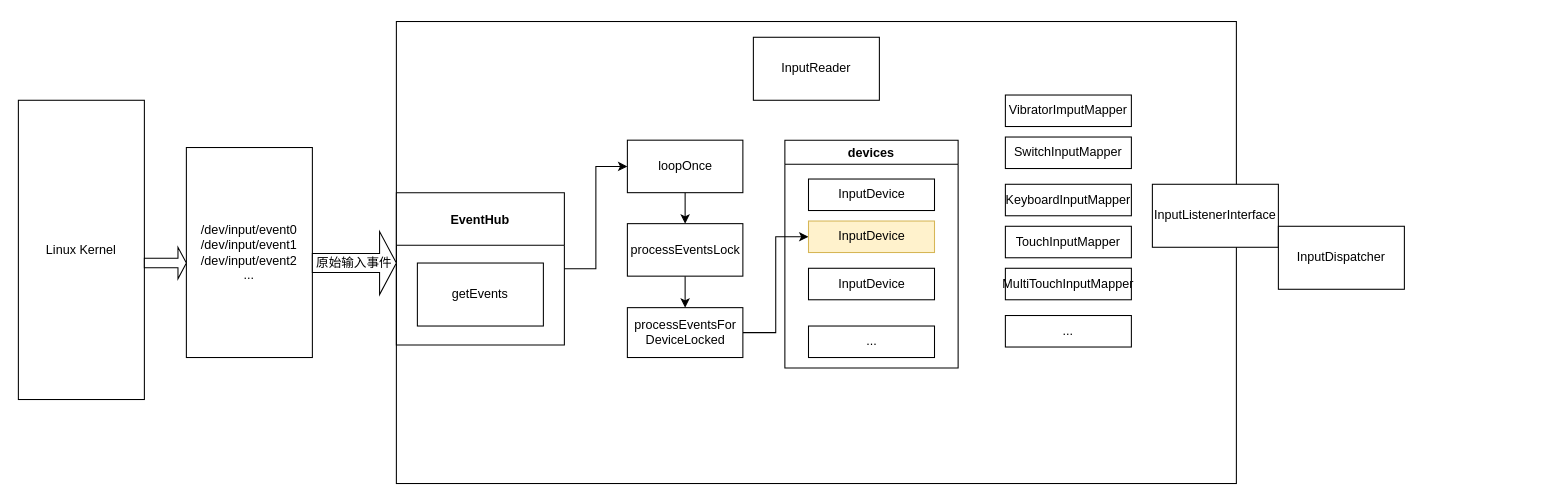
Before: input机制.drawio in Tisences/image, a draw.io diagram. Source tidied: cells renumbered, new cells numbered last; positions are measured from the earlier drawing's top-left corner, leaving out a move shared by most shapes. Both pictures are drawn from the tidied source at 105%, with x=0, y=0 at pixel (18, 21).
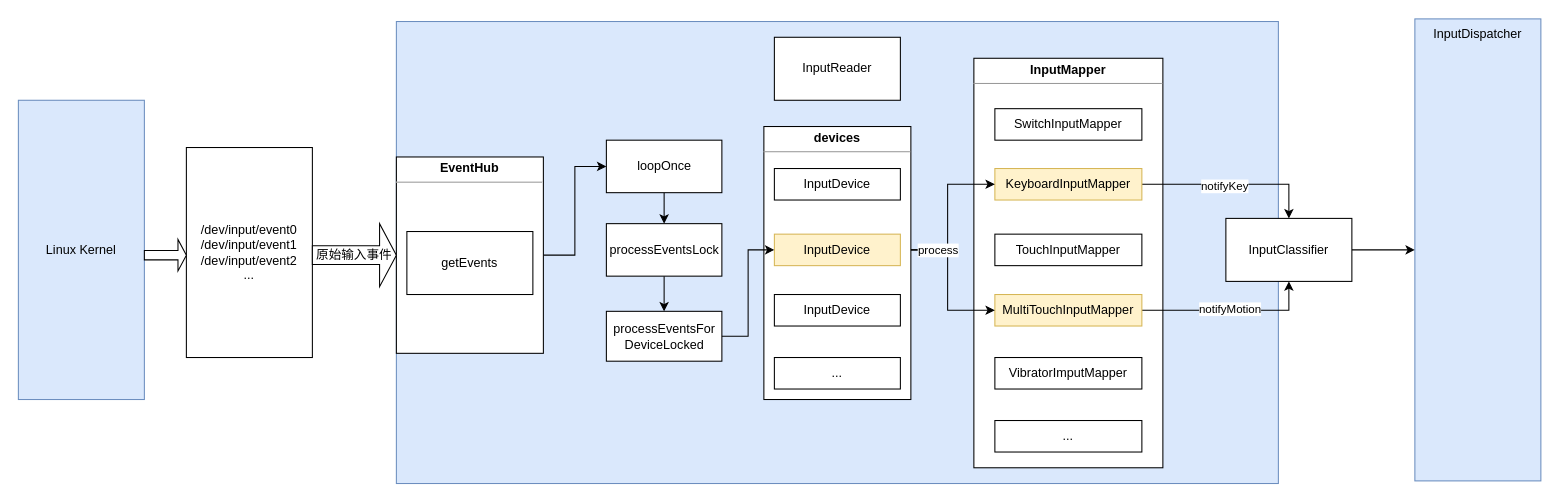
The same page after the edit.

The edit, as a diff of the source:
```diff
@@
-    <mxCell id="2" style="rounded=0;whiteSpace=wrap;html=1;" parent="1" vertex="1">
-      <mxGeometry x="360" width="800" height="440" as="geometry" />
+    <mxCell id="2" style="rounded=0;whiteSpace=wrap;html=1;fillColor=#dae8fc;strokeColor=#6c8ebf;" parent="1" vertex="1">
+      <mxGeometry x="360" width="840" height="440" as="geometry" />
     </mxCell>
+    <mxCell id="30" value="&lt;p style=&quot;margin: 0px ; margin-top: 4px ; text-align: center&quot;&gt;&lt;b&gt;InputMapper&lt;/b&gt;&lt;/p&gt;&lt;hr size=&quot;1&quot;&gt;&lt;div style=&quot;height: 2px&quot;&gt;&lt;/div&gt;" style="verticalAlign=top;align=left;overflow=fill;fontSize=12;fontFamily=Helvetica;html=1;" parent="1" vertex="1">
+      <mxGeometry x="910" y="35" width="180" height="390" as="geometry" />
+    </mxCell>
+    <mxCell id="29" value="InputDispatcher" style="rounded=0;whiteSpace=wrap;html=1;verticalAlign=top;fillColor=#dae8fc;strokeColor=#6c8ebf;" parent="1" vertex="1">
+      <mxGeometry x="1330" y="-2.5" width="120" height="440" as="geometry" />
+    </mxCell>
     <mxCell id="3" value="InputReader" style="rounded=0;whiteSpace=wrap;html=1;" parent="1" vertex="1">
-      <mxGeometry x="700" y="15" width="120" height="60" as="geometry" />
+      <mxGeometry x="720" y="15" width="120" height="60" as="geometry" />
     </mxCell>
-    <mxCell id="4" value="Linux Kernel" style="rounded=0;whiteSpace=wrap;html=1;" parent="1" vertex="1">
+    <mxCell id="4" value="Linux Kernel" style="rounded=0;whiteSpace=wrap;html=1;fillColor=#dae8fc;strokeColor=#6c8ebf;" parent="1" vertex="1">
       <mxGeometry y="75" width="120" height="285" as="geometry" />
     </mxCell>
@@
-    <mxCell id="7" value="EventHub" style="swimlane;startSize=50;" parent="1" vertex="1">
-      <mxGeometry x="360" y="163" width="160" height="145" as="geometry" />
-    </mxCell>
-    <mxCell id="8" value="getEvents" style="whiteSpace=wrap;html=1;" parent="7" vertex="1">
-      <mxGeometry x="20" y="67" width="120" height="60" as="geometry" />
-    </mxCell>
     <mxCell id="9" value="原始输入事件" style="shape=singleArrow;whiteSpace=wrap;html=1;" parent="1" vertex="1">
-      <mxGeometry x="280" y="200" width="80" height="60" as="geometry" />
+      <mxGeometry x="280" y="192.5" width="80" height="60" as="geometry" />
     </mxCell>
     <mxCell id="10" style="shape=singleArrow;whiteSpace=wrap;html=1;" parent="1" vertex="1">
-      <mxGeometry x="120" y="215" width="40" height="30" as="geometry" />
+      <mxGeometry x="120" y="207.5" width="40" height="30" as="geometry" />
     </mxCell>
@@
     <mxCell id="12" value="loopOnce" style="html=1;" parent="1" vertex="1">
-      <mxGeometry x="580" y="113" width="110" height="50" as="geometry" />
+      <mxGeometry x="560" y="113" width="110" height="50" as="geometry" />
     </mxCell>
@@
     <mxCell id="14" value="processEventsLock" style="html=1;" parent="1" vertex="1">
-      <mxGeometry x="580" y="192.5" width="110" height="50" as="geometry" />
+      <mxGeometry x="560" y="192.5" width="110" height="50" as="geometry" />
     </mxCell>
-    <mxCell id="15" style="edgeStyle=orthogonalEdgeStyle;rounded=0;jettySize=auto;html=1;entryX=0;entryY=0.5;entryDx=0;entryDy=0;" parent="1" edge="1" source="16" target="18">
-      <mxGeometry relative="1" as="geometry" />
-    </mxCell>
     <mxCell id="16" value="processEventsFor&lt;br&gt;DeviceLocked" style="html=1;" parent="1" vertex="1">
-      <mxGeometry x="580" y="272.5" width="110" height="47.5" as="geometry" />
+      <mxGeometry x="560" y="276" width="110" height="47.5" as="geometry" />
     </mxCell>
-    <mxCell id="17" value="devices" style="swimlane;" parent="1" vertex="1">
-      <mxGeometry x="730" y="113" width="165" height="217" as="geometry" />
-    </mxCell>
-    <mxCell id="18" value="InputDevice" style="rounded=0;whiteSpace=wrap;html=1;fillColor=#fff2cc;strokeColor=#d6b656;" parent="17" vertex="1">
-      <mxGeometry x="22.5" y="77" width="120" height="30" as="geometry" />
-    </mxCell>
-    <mxCell id="19" value="InputDevice" style="rounded=0;whiteSpace=wrap;html=1;" parent="17" vertex="1">
-      <mxGeometry x="22.5" y="122" width="120" height="30" as="geometry" />
-    </mxCell>
-    <mxCell id="20" value="InputDevice" style="rounded=0;whiteSpace=wrap;html=1;" parent="17" vertex="1">
-      <mxGeometry x="22.5" y="37" width="120" height="30" as="geometry" />
-    </mxCell>
-    <mxCell id="21" value="..." style="rounded=0;whiteSpace=wrap;html=1;" parent="17" vertex="1">
-      <mxGeometry x="22.5" y="177" width="120" height="30" as="geometry" />
-    </mxCell>
     <mxCell id="22" value="VibratorImputMapper" style="rounded=0;whiteSpace=wrap;html=1;" parent="1" vertex="1">
-      <mxGeometry x="940" y="70" width="120" height="30" as="geometry" />
+      <mxGeometry x="930" y="320" width="140" height="30" as="geometry" />
     </mxCell>
     <mxCell id="23" value="SwitchInputMapper" style="rounded=0;whiteSpace=wrap;html=1;" parent="1" vertex="1">
-      <mxGeometry x="940" y="110" width="120" height="30" as="geometry" />
+      <mxGeometry x="930" y="83" width="140" height="30" as="geometry" />
     </mxCell>
+    <mxCell id="31" style="edgeStyle=orthogonalEdgeStyle;rounded=0;jettySize=auto;html=1;" parent="1" edge="1" source="24" target="28">
+      <mxGeometry relative="1" as="geometry" />
+    </mxCell>
+    <mxCell id="32" value="notifyKey" style="edgeLabel;html=1;align=right;verticalAlign=middle;" parent="31" vertex="1">
+      <mxGeometry x="0.18" y="-1" relative="1" as="geometry" />
+    </mxCell>
-    <mxCell id="24" value="KeyboardInputMapper" style="rounded=0;whiteSpace=wrap;html=1;" parent="1" vertex="1">
-      <mxGeometry x="940" y="155" width="120" height="30" as="geometry" />
+    <mxCell id="24" value="KeyboardInputMapper" style="rounded=0;whiteSpace=wrap;html=1;fillColor=#fff2cc;strokeColor=#d6b656;" parent="1" vertex="1">
+      <mxGeometry x="930" y="140" width="140" height="30" as="geometry" />
     </mxCell>
     <mxCell id="25" value="TouchInputMapper" style="rounded=0;whiteSpace=wrap;html=1;" parent="1" vertex="1">
-      <mxGeometry x="940" y="195" width="120" height="30" as="geometry" />
+      <mxGeometry x="930" y="202.5" width="140" height="30" as="geometry" />
     </mxCell>
+    <mxCell id="33" style="edgeStyle=orthogonalEdgeStyle;rounded=0;jettySize=auto;html=1;" parent="1" edge="1" source="26" target="28">
+      <mxGeometry relative="1" as="geometry" />
+    </mxCell>
+    <mxCell id="34" value="notifyMotion" style="edgeLabel;html=1;align=center;verticalAlign=middle;" parent="33" vertex="1">
+      <mxGeometry x="-0.01" y="2" relative="1" as="geometry" />
+    </mxCell>
-    <mxCell id="26" value="MultiTouchInputMapper" style="rounded=0;whiteSpace=wrap;html=1;" parent="1" vertex="1">
-      <mxGeometry x="940" y="235" width="120" height="30" as="geometry" />
+    <mxCell id="26" value="MultiTouchInputMapper" style="rounded=0;whiteSpace=wrap;html=1;fillColor=#fff2cc;strokeColor=#d6b656;" parent="1" vertex="1">
+      <mxGeometry x="930" y="260" width="140" height="30" as="geometry" />
     </mxCell>
     <mxCell id="27" value="..." style="rounded=0;whiteSpace=wrap;html=1;" parent="1" vertex="1">
-      <mxGeometry x="940" y="280" width="120" height="30" as="geometry" />
+      <mxGeometry x="930" y="380" width="140" height="30" as="geometry" />
     </mxCell>
+    <mxCell id="35" style="edgeStyle=orthogonalEdgeStyle;rounded=0;jettySize=auto;html=1;entryX=0;entryY=0.5;entryDx=0;entryDy=0;" parent="1" edge="1" source="28" target="29">
+      <mxGeometry relative="1" as="geometry" />
+    </mxCell>
-    <mxCell id="28" value="InputListenerInterface" style="rounded=0;whiteSpace=wrap;html=1;" parent="1" vertex="1">
-      <mxGeometry x="1080" y="155" width="120" height="60" as="geometry" />
+    <mxCell id="28" value="InputClassifier" style="rounded=0;whiteSpace=wrap;html=1;" parent="1" vertex="1">
+      <mxGeometry x="1150" y="187.5" width="120" height="60" as="geometry" />
     </mxCell>
-    <mxCell id="29" value="InputDispatcher" style="rounded=0;whiteSpace=wrap;html=1;" parent="1" vertex="1">
-      <mxGeometry x="1200" y="195" width="120" height="60" as="geometry" />
-    </mxCell>
+    <mxCell id="36" style="edgeStyle=orthogonalEdgeStyle;rounded=0;jettySize=auto;html=1;exitX=1;exitY=0.5;exitDx=0;exitDy=0;entryX=0;entryY=0.5;entryDx=0;entryDy=0;" parent="1" edge="1" source="18" target="24">
+      <mxGeometry relative="1" as="geometry" />
+    </mxCell>
+    <mxCell id="37" style="edgeStyle=orthogonalEdgeStyle;rounded=0;jettySize=auto;html=1;entryX=0;entryY=0.5;entryDx=0;entryDy=0;" parent="1" edge="1" source="18" target="26">
+      <mxGeometry relative="1" as="geometry" />
+    </mxCell>
+    <mxCell id="38" value="process" style="edgeLabel;html=1;align=center;verticalAlign=middle;" parent="37" vertex="1">
+      <mxGeometry x="-0.52" relative="1" as="geometry" />
+    </mxCell>
+    <mxCell id="7" value="&lt;p style=&quot;margin: 0px ; margin-top: 4px ; text-align: center&quot;&gt;&lt;b&gt;EventHub&lt;/b&gt;&lt;/p&gt;&lt;hr size=&quot;1&quot;&gt;&lt;div style=&quot;height: 2px&quot;&gt;&lt;/div&gt;" style="verticalAlign=top;align=left;overflow=fill;fontSize=12;fontFamily=Helvetica;html=1;" parent="1" vertex="1">
+      <mxGeometry x="360" y="129" width="140" height="187" as="geometry" />
+    </mxCell>
+    <mxCell id="8" value="getEvents" style="whiteSpace=wrap;html=1;" parent="1" vertex="1">
+      <mxGeometry x="370" y="200" width="120" height="60" as="geometry" />
+    </mxCell>
+    <mxCell id="17" value="&lt;p style=&quot;margin: 0px ; margin-top: 4px ; text-align: center&quot;&gt;&lt;b&gt;devices&lt;/b&gt;&lt;/p&gt;&lt;hr size=&quot;1&quot;&gt;&lt;div style=&quot;height: 2px&quot;&gt;&lt;/div&gt;" style="verticalAlign=top;align=left;overflow=fill;fontSize=12;fontFamily=Helvetica;html=1;" parent="1" vertex="1">
+      <mxGeometry x="710" y="100" width="140" height="260" as="geometry" />
+    </mxCell>
+    <mxCell id="20" value="InputDevice" style="rounded=0;whiteSpace=wrap;html=1;" parent="1" vertex="1">
+      <mxGeometry x="720" y="140" width="120" height="30" as="geometry" />
+    </mxCell>
+    <mxCell id="19" value="InputDevice" style="rounded=0;whiteSpace=wrap;html=1;" parent="1" vertex="1">
+      <mxGeometry x="720" y="260" width="120" height="30" as="geometry" />
+    </mxCell>
+    <mxCell id="21" value="..." style="rounded=0;whiteSpace=wrap;html=1;" parent="1" vertex="1">
+      <mxGeometry x="720" y="320" width="120" height="30" as="geometry" />
+    </mxCell>
+    <mxCell id="18" value="InputDevice" style="rounded=0;whiteSpace=wrap;html=1;fillColor=#fff2cc;strokeColor=#d6b656;" parent="1" vertex="1">
+      <mxGeometry x="720" y="202.5" width="120" height="30" as="geometry" />
+    </mxCell>
+    <mxCell id="15" style="edgeStyle=orthogonalEdgeStyle;rounded=0;jettySize=auto;html=1;entryX=0;entryY=0.5;entryDx=0;entryDy=0;" parent="1" edge="1" source="16" target="18">
+      <mxGeometry relative="1" as="geometry" />
+    </mxCell>
```
